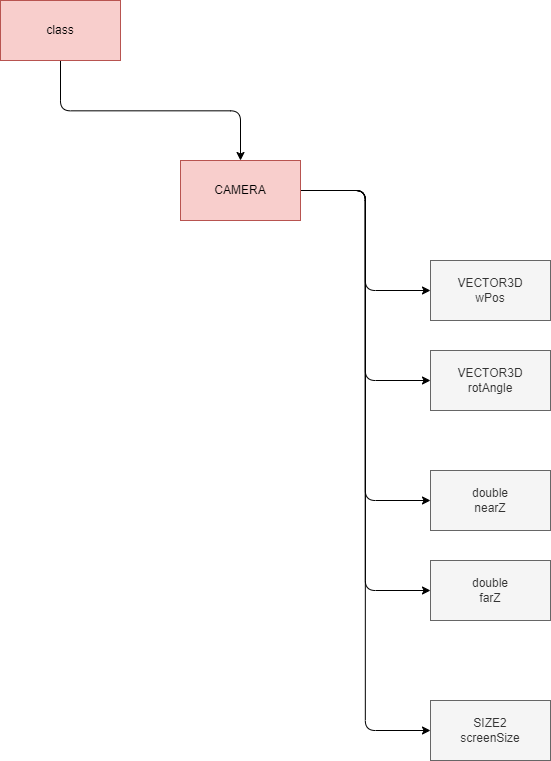
Above: drawio/files/camera/h.drawio.png in Tanso-mct/GLPA (draw.io), before the change. Source tidied: cells renumbered, new cells last; positions are measured from the earlier drawing's top-left corner, leaving out a move shared by most shapes. Source of this version:
```xml
<mxGraphModel>
  <root>
    <mxCell id="0" />
    <mxCell id="1" parent="0" />
    <mxCell id="2" style="edgeStyle=elbowEdgeStyle;html=1;fontFamily=Helvetica;fontSize=12;fontColor=#333333;elbow=vertical;" parent="1" edge="1" source="3" target="9">
      <mxGeometry relative="1" as="geometry" />
    </mxCell>
    <mxCell id="3" value="class" style="whiteSpace=wrap;html=1;fillColor=#f8cecc;strokeColor=#b85450;" parent="1" vertex="1">
      <mxGeometry width="120" height="60" as="geometry" />
    </mxCell>
    <mxCell id="4" style="edgeStyle=elbowEdgeStyle;html=1;fontFamily=Helvetica;fontSize=12;fontColor=#333333;" parent="1" edge="1" source="9" target="10">
      <mxGeometry relative="1" as="geometry" />
    </mxCell>
    <mxCell id="5" style="edgeStyle=elbowEdgeStyle;html=1;" parent="1" edge="1" source="9" target="11">
      <mxGeometry relative="1" as="geometry" />
    </mxCell>
    <mxCell id="6" style="edgeStyle=elbowEdgeStyle;html=1;" parent="1" edge="1" source="9" target="13">
      <mxGeometry relative="1" as="geometry" />
    </mxCell>
    <mxCell id="7" style="edgeStyle=elbowEdgeStyle;html=1;" parent="1" edge="1" source="9" target="14">
      <mxGeometry relative="1" as="geometry" />
    </mxCell>
    <mxCell id="8" style="edgeStyle=elbowEdgeStyle;html=1;" parent="1" edge="1" source="9" target="12">
      <mxGeometry relative="1" as="geometry" />
    </mxCell>
    <mxCell id="9" value="CAMERA" style="whiteSpace=wrap;html=1;strokeColor=#b85450;fontFamily=Helvetica;fontSize=12;fillColor=#f8cecc;" parent="1" vertex="1">
      <mxGeometry x="180" y="160" width="120" height="60" as="geometry" />
    </mxCell>
    <mxCell id="10" value="VECTOR3D&lt;br&gt;wPos" style="whiteSpace=wrap;html=1;strokeColor=#666666;fontFamily=Helvetica;fontSize=12;fontColor=#333333;fillColor=#f5f5f5;" parent="1" vertex="1">
      <mxGeometry x="430" y="260" width="120" height="60" as="geometry" />
    </mxCell>
    <mxCell id="11" value="VECTOR3D&lt;br&gt;rotAngle" style="whiteSpace=wrap;html=1;strokeColor=#666666;fontFamily=Helvetica;fontSize=12;fontColor=#333333;fillColor=#f5f5f5;" parent="1" vertex="1">
      <mxGeometry x="430" y="350" width="120" height="60" as="geometry" />
    </mxCell>
    <mxCell id="12" value="SIZE2&lt;br&gt;screenSize" style="whiteSpace=wrap;html=1;strokeColor=#666666;fontFamily=Helvetica;fontSize=12;fontColor=#333333;fillColor=#f5f5f5;" parent="1" vertex="1">
      <mxGeometry x="430" y="700" width="120" height="60" as="geometry" />
    </mxCell>
    <mxCell id="13" value="double&lt;br&gt;nearZ" style="whiteSpace=wrap;html=1;strokeColor=#666666;fontFamily=Helvetica;fontSize=12;fontColor=#333333;fillColor=#f5f5f5;" parent="1" vertex="1">
      <mxGeometry x="430" y="470" width="120" height="60" as="geometry" />
    </mxCell>
    <mxCell id="14" value="double&lt;br&gt;farZ" style="whiteSpace=wrap;html=1;strokeColor=#666666;fontFamily=Helvetica;fontSize=12;fontColor=#333333;fillColor=#f5f5f5;" parent="1" vertex="1">
      <mxGeometry x="430" y="560" width="120" height="60" as="geometry" />
    </mxCell>
  </root>
</mxGraphModel>
```
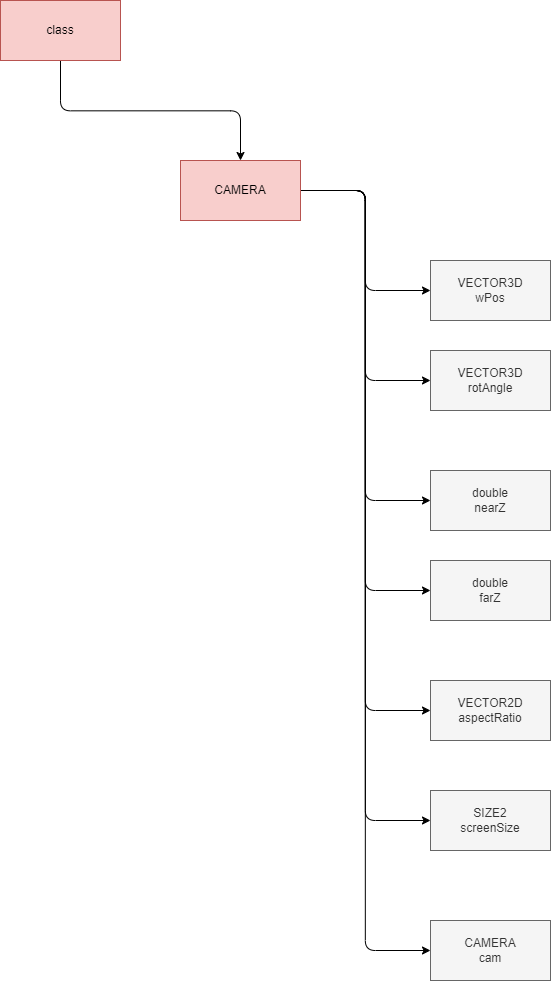
Later version of the same file.

The edit, as a diff of the source:
```diff
@@ -23,6 +23,12 @@
     <mxCell id="8" style="edgeStyle=elbowEdgeStyle;html=1;" parent="1" edge="1" source="9" target="12">
       <mxGeometry relative="1" as="geometry" />
     </mxCell>
+    <mxCell id="15" style="edgeStyle=elbowEdgeStyle;html=1;" parent="1" edge="1" source="9" target="17">
+      <mxGeometry relative="1" as="geometry" />
+    </mxCell>
+    <mxCell id="16" style="edgeStyle=elbowEdgeStyle;html=1;" parent="1" edge="1" source="9" target="18">
+      <mxGeometry relative="1" as="geometry" />
+    </mxCell>
     <mxCell id="9" value="CAMERA" style="whiteSpace=wrap;html=1;strokeColor=#b85450;fontFamily=Helvetica;fontSize=12;fillColor=#f8cecc;" parent="1" vertex="1">
       <mxGeometry x="180" y="160" width="120" height="60" as="geometry" />
     </mxCell>
@@ -33,7 +39,7 @@
       <mxGeometry x="430" y="350" width="120" height="60" as="geometry" />
     </mxCell>
     <mxCell id="12" value="SIZE2&lt;br&gt;screenSize" style="whiteSpace=wrap;html=1;strokeColor=#666666;fontFamily=Helvetica;fontSize=12;fontColor=#333333;fillColor=#f5f5f5;" parent="1" vertex="1">
-      <mxGeometry x="430" y="700" width="120" height="60" as="geometry" />
+      <mxGeometry x="430" y="790" width="120" height="60" as="geometry" />
     </mxCell>
     <mxCell id="13" value="double&lt;br&gt;nearZ" style="whiteSpace=wrap;html=1;strokeColor=#666666;fontFamily=Helvetica;fontSize=12;fontColor=#333333;fillColor=#f5f5f5;" parent="1" vertex="1">
       <mxGeometry x="430" y="470" width="120" height="60" as="geometry" />
@@ -41,5 +47,11 @@
     <mxCell id="14" value="double&lt;br&gt;farZ" style="whiteSpace=wrap;html=1;strokeColor=#666666;fontFamily=Helvetica;fontSize=12;fontColor=#333333;fillColor=#f5f5f5;" parent="1" vertex="1">
       <mxGeometry x="430" y="560" width="120" height="60" as="geometry" />
     </mxCell>
+    <mxCell id="17" value="VECTOR2D&lt;br&gt;aspectRatio" style="whiteSpace=wrap;html=1;strokeColor=#666666;fontFamily=Helvetica;fontSize=12;fontColor=#333333;fillColor=#f5f5f5;" parent="1" vertex="1">
+      <mxGeometry x="430" y="680" width="120" height="60" as="geometry" />
+    </mxCell>
+    <mxCell id="18" value="CAMERA&lt;br&gt;cam" style="whiteSpace=wrap;html=1;strokeColor=#666666;fontFamily=Helvetica;fontSize=12;fontColor=#333333;fillColor=#f5f5f5;" parent="1" vertex="1">
+      <mxGeometry x="430" y="920" width="120" height="60" as="geometry" />
+    </mxCell>
   </root>
 </mxGraphModel>
```
